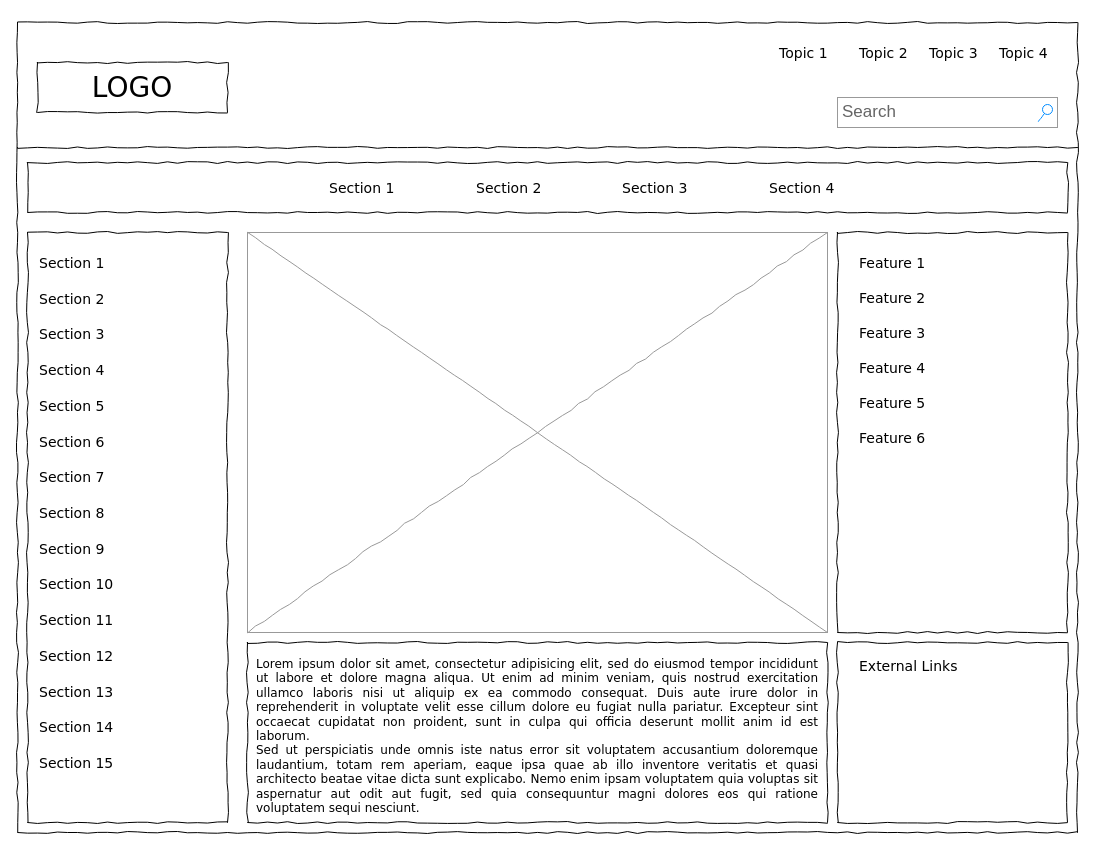
Earlier version of the draw.io diagram Order Form Page.drawio (ninh-the-composer/SWE102). Source tidied: cells renumbered, new cells numbered last; positions are measured from the earlier drawing's top-left corner, leaving out a move shared by most shapes. Both pictures are drawn from the tidied source at 100%, with x=0, y=0 at pixel (17, 22).
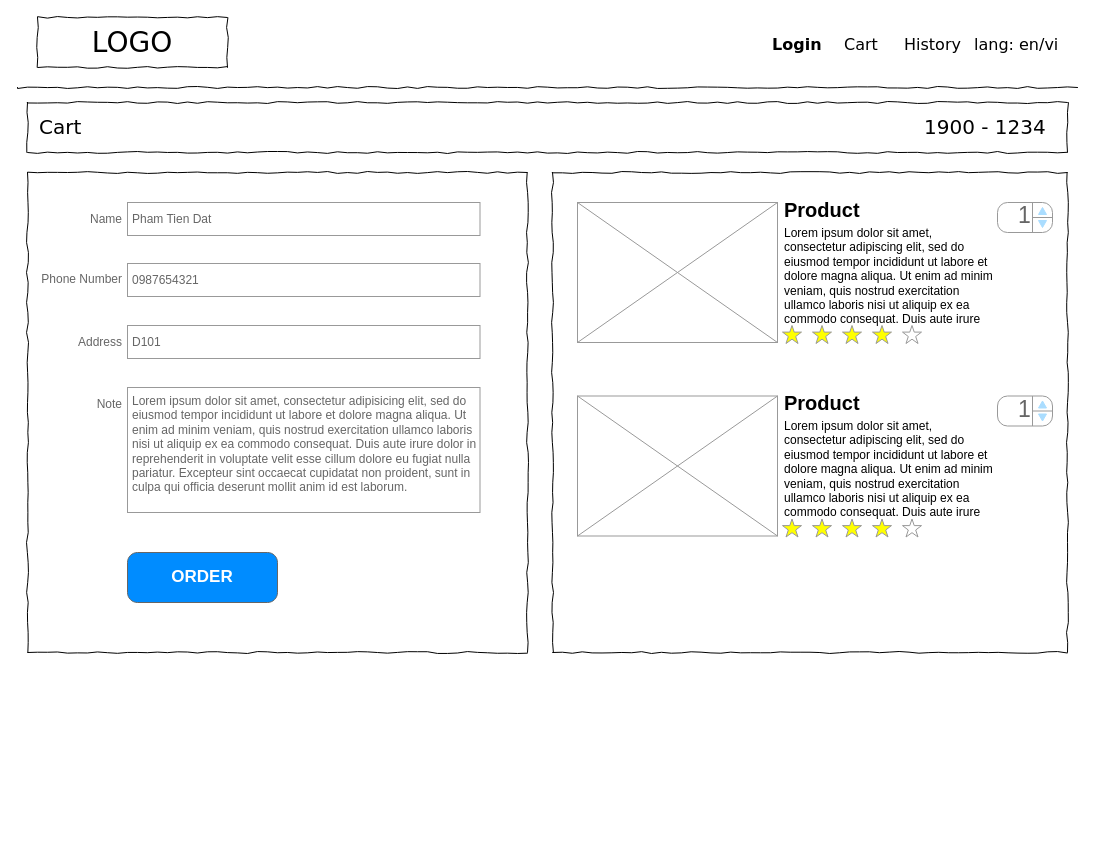
After the change.

Change to the diagram source:
```diff
@@
-    <mxCell id="2" style="whiteSpace=wrap;html=1;rounded=0;shadow=0;labelBackgroundColor=none;strokeColor=#000000;strokeWidth=1;fillColor=none;fontFamily=Verdana;fontSize=12;fontColor=#000000;align=center;comic=1;" parent="1" vertex="1">
-      <mxGeometry width="1060" height="810" as="geometry" />
-    </mxCell>
+    <mxCell id="42" style="whiteSpace=wrap;html=1;rounded=0;shadow=0;labelBackgroundColor=none;strokeWidth=1;fontFamily=Verdana;fontSize=12;align=center;comic=1;perimeterSpacing=1;" parent="1" vertex="1">
+      <mxGeometry x="535" y="150" width="515" height="480" as="geometry" />
+    </mxCell>
     <mxCell id="3" value="LOGO" style="whiteSpace=wrap;html=1;rounded=0;shadow=0;labelBackgroundColor=none;strokeWidth=1;fontFamily=Verdana;fontSize=28;align=center;comic=1;" parent="1" vertex="1">
-      <mxGeometry x="20" y="40" width="190" height="50" as="geometry" />
+      <mxGeometry x="20" y="-5" width="190" height="50" as="geometry" />
     </mxCell>
-    <mxCell id="4" value="Search" style="strokeWidth=1;shadow=0;dashed=0;align=center;html=1;shape=mxgraph.mockup.forms.searchBox;strokeColor=#999999;mainText=;strokeColor2=#008cff;fontColor=#666666;fontSize=17;align=left;spacingLeft=3;rounded=0;labelBackgroundColor=none;comic=1;" parent="1" vertex="1">
-      <mxGeometry x="820" y="75" width="220" height="30" as="geometry" />
-    </mxCell>
-    <mxCell id="5" value="Topic 1" style="text;html=1;align=left;verticalAlign=top;spacingTop=-4;fontSize=14;fontFamily=Verdana;" parent="1" vertex="1">
-      <mxGeometry x="760" y="20" width="60" height="20" as="geometry" />
-    </mxCell>
-    <mxCell id="6" value="Topic 2" style="text;html=1;align=left;verticalAlign=top;spacingTop=-4;fontSize=14;fontFamily=Verdana;" parent="1" vertex="1">
-      <mxGeometry x="840" y="20" width="60" height="20" as="geometry" />
-    </mxCell>
-    <mxCell id="7" value="Topic 3" style="text;html=1;align=left;verticalAlign=top;spacingTop=-4;fontSize=14;fontFamily=Verdana;" parent="1" vertex="1">
-      <mxGeometry x="910" y="20" width="60" height="20" as="geometry" />
+    <mxCell id="7" value="History" style="text;html=1;align=left;verticalAlign=top;spacingTop=-4;fontSize=16;fontFamily=Verdana;" parent="1" vertex="1">
+      <mxGeometry x="885" y="10" width="60" height="20" as="geometry" />
     </mxCell>
-    <mxCell id="8" value="Topic 4" style="text;html=1;align=left;verticalAlign=top;spacingTop=-4;fontSize=14;fontFamily=Verdana;" parent="1" vertex="1">
-      <mxGeometry x="980" y="20" width="60" height="20" as="geometry" />
-    </mxCell>
-    <mxCell id="9" style="whiteSpace=wrap;html=1;rounded=0;shadow=0;labelBackgroundColor=none;strokeWidth=1;fillColor=none;fontFamily=Verdana;fontSize=12;align=center;comic=1;" parent="1" vertex="1">
-      <mxGeometry x="10" y="210" width="200" height="590" as="geometry" />
-    </mxCell>
     <mxCell id="10" style="line;strokeWidth=1;html=1;rounded=0;shadow=0;labelBackgroundColor=none;fillColor=none;fontFamily=Verdana;fontSize=14;fontColor=#000000;align=center;comic=1;" parent="1" vertex="1">
-      <mxGeometry y="120" width="1060" height="10" as="geometry" />
+      <mxGeometry y="60" width="1060" height="10" as="geometry" />
     </mxCell>
     <mxCell id="11" style="whiteSpace=wrap;html=1;rounded=0;shadow=0;labelBackgroundColor=none;strokeWidth=1;fillColor=none;fontFamily=Verdana;fontSize=12;align=center;comic=1;" parent="1" vertex="1">
-      <mxGeometry x="10" y="140" width="1040" height="50" as="geometry" />
+      <mxGeometry x="10" y="80" width="1040" height="50" as="geometry" />
     </mxCell>
-    <mxCell id="12" value="Section 1" style="text;html=1;align=left;verticalAlign=top;spacingTop=-4;fontSize=14;fontFamily=Verdana;" parent="1" vertex="1">
-      <mxGeometry x="310" y="155" width="60" height="20" as="geometry" />
+    <mxCell id="12" value="&lt;span style=&quot;font-size: 20px&quot;&gt;Cart&lt;/span&gt;" style="text;html=1;align=left;verticalAlign=top;spacingTop=-4;fontSize=14;fontFamily=Verdana;" parent="1" vertex="1">
+      <mxGeometry x="20" y="90" width="60" height="20" as="geometry" />
     </mxCell>
-    <mxCell id="13" value="Section 2" style="text;html=1;align=left;verticalAlign=top;spacingTop=-4;fontSize=14;fontFamily=Verdana;" parent="1" vertex="1">
-      <mxGeometry x="457" y="155" width="60" height="20" as="geometry" />
-    </mxCell>
-    <mxCell id="14" value="Section 3" style="text;html=1;align=left;verticalAlign=top;spacingTop=-4;fontSize=14;fontFamily=Verdana;" parent="1" vertex="1">
-      <mxGeometry x="603" y="155" width="60" height="20" as="geometry" />
-    </mxCell>
-    <mxCell id="15" value="Section 4" style="text;html=1;align=left;verticalAlign=top;spacingTop=-4;fontSize=14;fontFamily=Verdana;" parent="1" vertex="1">
-      <mxGeometry x="750" y="155" width="60" height="20" as="geometry" />
-    </mxCell>
-    <mxCell id="16" value="&lt;div style=&quot;text-align: justify&quot;&gt;&lt;span&gt;Lorem ipsum dolor sit amet, consectetur adipisicing elit, sed do eiusmod tempor incididunt ut labore et dolore magna aliqua. Ut enim ad minim veniam, quis nostrud exercitation ullamco laboris nisi ut aliquip ex ea commodo consequat. Duis aute irure dolor in reprehenderit in voluptate velit esse cillum dolore eu fugiat nulla pariatur. Excepteur sint occaecat cupidatat non proident, sunt in culpa qui officia deserunt mollit anim id est laborum.&lt;/span&gt;&lt;/div&gt;&lt;div style=&quot;text-align: justify&quot;&gt;&lt;span&gt;Sed ut perspiciatis unde omnis iste natus error sit voluptatem accusantium doloremque laudantium, totam rem aperiam, eaque ipsa quae ab illo inventore veritatis et quasi architecto beatae vitae dicta sunt explicabo. Nemo enim ipsam voluptatem quia voluptas sit aspernatur aut odit aut fugit, sed quia consequuntur magni dolores eos qui ratione voluptatem sequi nesciunt.&amp;nbsp;&lt;/span&gt;&lt;/div&gt;" style="whiteSpace=wrap;html=1;rounded=0;shadow=0;labelBackgroundColor=none;strokeWidth=1;fillColor=none;fontFamily=Verdana;fontSize=12;align=center;verticalAlign=top;spacing=10;comic=1;" parent="1" vertex="1">
-      <mxGeometry x="230" y="620" width="580" height="180" as="geometry" />
-    </mxCell>
-    <mxCell id="17" style="verticalLabelPosition=bottom;shadow=0;dashed=0;align=center;html=1;verticalAlign=top;strokeWidth=1;shape=mxgraph.mockup.graphics.simpleIcon;strokeColor=#999999;rounded=0;labelBackgroundColor=none;fontFamily=Verdana;fontSize=14;fontColor=#000000;comic=1;" parent="1" vertex="1">
-      <mxGeometry x="230" y="210" width="580" height="400" as="geometry" />
-    </mxCell>
-    <mxCell id="18" style="whiteSpace=wrap;html=1;rounded=0;shadow=0;labelBackgroundColor=none;strokeWidth=1;fillColor=none;fontFamily=Verdana;fontSize=12;align=center;comic=1;" parent="1" vertex="1">
-      <mxGeometry x="820" y="210" width="230" height="400" as="geometry" />
-    </mxCell>
-    <mxCell id="19" style="whiteSpace=wrap;html=1;rounded=0;shadow=0;labelBackgroundColor=none;strokeWidth=1;fillColor=none;fontFamily=Verdana;fontSize=12;align=center;comic=1;" parent="1" vertex="1">
-      <mxGeometry x="820" y="620" width="230" height="180" as="geometry" />
-    </mxCell>
-    <mxCell id="20" value="Section 1" style="text;html=1;align=left;verticalAlign=top;spacingTop=-4;fontSize=14;fontFamily=Verdana;" parent="1" vertex="1">
-      <mxGeometry x="20" y="230" width="170" height="20" as="geometry" />
-    </mxCell>
-    <mxCell id="21" value="Section 2" style="text;html=1;align=left;verticalAlign=top;spacingTop=-4;fontSize=14;fontFamily=Verdana;" parent="1" vertex="1">
-      <mxGeometry x="20" y="266" width="170" height="20" as="geometry" />
-    </mxCell>
-    <mxCell id="22" value="Section 3" style="text;html=1;align=left;verticalAlign=top;spacingTop=-4;fontSize=14;fontFamily=Verdana;" parent="1" vertex="1">
-      <mxGeometry x="20" y="301" width="170" height="20" as="geometry" />
-    </mxCell>
-    <mxCell id="23" value="Section 4" style="text;html=1;align=left;verticalAlign=top;spacingTop=-4;fontSize=14;fontFamily=Verdana;" parent="1" vertex="1">
-      <mxGeometry x="20" y="337" width="170" height="20" as="geometry" />
-    </mxCell>
-    <mxCell id="24" value="Section 7" style="text;html=1;align=left;verticalAlign=top;spacingTop=-4;fontSize=14;fontFamily=Verdana;" parent="1" vertex="1">
-      <mxGeometry x="20" y="444" width="170" height="20" as="geometry" />
-    </mxCell>
-    <mxCell id="25" value="Section 8" style="text;html=1;align=left;verticalAlign=top;spacingTop=-4;fontSize=14;fontFamily=Verdana;" parent="1" vertex="1">
-      <mxGeometry x="20" y="480" width="170" height="20" as="geometry" />
-    </mxCell>
-    <mxCell id="26" value="Section 9" style="text;html=1;align=left;verticalAlign=top;spacingTop=-4;fontSize=14;fontFamily=Verdana;" parent="1" vertex="1">
-      <mxGeometry x="20" y="516" width="170" height="20" as="geometry" />
-    </mxCell>
-    <mxCell id="27" value="Section 10" style="text;html=1;align=left;verticalAlign=top;spacingTop=-4;fontSize=14;fontFamily=Verdana;" parent="1" vertex="1">
-      <mxGeometry x="20" y="551" width="170" height="20" as="geometry" />
-    </mxCell>
-    <mxCell id="28" value="Section 11" style="text;html=1;align=left;verticalAlign=top;spacingTop=-4;fontSize=14;fontFamily=Verdana;" parent="1" vertex="1">
-      <mxGeometry x="20" y="587" width="170" height="20" as="geometry" />
-    </mxCell>
-    <mxCell id="29" value="Section 12" style="text;html=1;align=left;verticalAlign=top;spacingTop=-4;fontSize=14;fontFamily=Verdana;" parent="1" vertex="1">
-      <mxGeometry x="20" y="623" width="170" height="20" as="geometry" />
-    </mxCell>
-    <mxCell id="30" value="Section 13" style="text;html=1;align=left;verticalAlign=top;spacingTop=-4;fontSize=14;fontFamily=Verdana;" parent="1" vertex="1">
-      <mxGeometry x="20" y="659" width="170" height="20" as="geometry" />
-    </mxCell>
-    <mxCell id="31" value="Section 14" style="text;html=1;align=left;verticalAlign=top;spacingTop=-4;fontSize=14;fontFamily=Verdana;" parent="1" vertex="1">
-      <mxGeometry x="20" y="694" width="170" height="20" as="geometry" />
-    </mxCell>
-    <mxCell id="32" value="Section 5" style="text;html=1;align=left;verticalAlign=top;spacingTop=-4;fontSize=14;fontFamily=Verdana;" parent="1" vertex="1">
-      <mxGeometry x="20" y="373" width="170" height="20" as="geometry" />
-    </mxCell>
-    <mxCell id="33" value="Section 6" style="text;html=1;align=left;verticalAlign=top;spacingTop=-4;fontSize=14;fontFamily=Verdana;" parent="1" vertex="1">
-      <mxGeometry x="20" y="409" width="170" height="20" as="geometry" />
-    </mxCell>
-    <mxCell id="34" value="Section 15" style="text;html=1;align=left;verticalAlign=top;spacingTop=-4;fontSize=14;fontFamily=Verdana;" parent="1" vertex="1">
-      <mxGeometry x="20" y="730" width="170" height="20" as="geometry" />
-    </mxCell>
-    <mxCell id="35" value="External Links" style="text;html=1;align=left;verticalAlign=top;spacingTop=-4;fontSize=14;fontFamily=Verdana;" parent="1" vertex="1">
-      <mxGeometry x="840" y="633" width="170" height="20" as="geometry" />
-    </mxCell>
-    <mxCell id="36" value="Feature 1" style="text;html=1;align=left;verticalAlign=top;spacingTop=-4;fontSize=14;fontFamily=Verdana;" parent="1" vertex="1">
-      <mxGeometry x="840" y="230" width="170" height="20" as="geometry" />
-    </mxCell>
-    <mxCell id="37" value="Feature 2" style="text;html=1;align=left;verticalAlign=top;spacingTop=-4;fontSize=14;fontFamily=Verdana;" parent="1" vertex="1">
-      <mxGeometry x="840" y="265" width="170" height="20" as="geometry" />
-    </mxCell>
-    <mxCell id="38" value="Feature 3" style="text;html=1;align=left;verticalAlign=top;spacingTop=-4;fontSize=14;fontFamily=Verdana;" parent="1" vertex="1">
-      <mxGeometry x="840" y="300" width="170" height="20" as="geometry" />
-    </mxCell>
-    <mxCell id="39" value="Feature 4" style="text;html=1;align=left;verticalAlign=top;spacingTop=-4;fontSize=14;fontFamily=Verdana;" parent="1" vertex="1">
-      <mxGeometry x="840" y="335" width="170" height="20" as="geometry" />
-    </mxCell>
-    <mxCell id="40" value="Feature 5" style="text;html=1;align=left;verticalAlign=top;spacingTop=-4;fontSize=14;fontFamily=Verdana;" parent="1" vertex="1">
-      <mxGeometry x="840" y="370" width="170" height="20" as="geometry" />
-    </mxCell>
-    <mxCell id="41" value="Feature 6" style="text;html=1;align=left;verticalAlign=top;spacingTop=-4;fontSize=14;fontFamily=Verdana;" parent="1" vertex="1">
-      <mxGeometry x="840" y="405" width="170" height="20" as="geometry" />
-    </mxCell>
+    <mxCell id="43" value="Cart" style="text;html=1;align=left;verticalAlign=top;spacingTop=-4;fontSize=16;fontFamily=Verdana;" parent="1" vertex="1">
+      <mxGeometry x="825" y="10" width="60" height="20" as="geometry" />
+    </mxCell>
+    <mxCell id="44" value="lang: en/vi" style="text;html=1;align=left;verticalAlign=top;spacingTop=-4;fontSize=16;fontFamily=Verdana;" parent="1" vertex="1">
+      <mxGeometry x="955" y="10" width="80" height="20" as="geometry" />
+    </mxCell>
+    <mxCell id="45" style="edgeStyle=orthogonalEdgeStyle;rounded=0;orthogonalLoop=1;jettySize=auto;html=1;" parent="1" edge="1">
+      <mxGeometry relative="1" as="geometry">
+        <mxPoint x="300" y="105" as="targetPoint" />
+      </mxGeometry>
+    </mxCell>
+    <mxCell id="46" style="whiteSpace=wrap;html=1;rounded=0;shadow=0;labelBackgroundColor=none;strokeWidth=1;fontFamily=Verdana;fontSize=12;align=center;comic=1;perimeterSpacing=1;" parent="1" vertex="1">
+      <mxGeometry x="10" y="150" width="500" height="480" as="geometry" />
+    </mxCell>
+    <mxCell id="47" value="&lt;b&gt;Login&lt;/b&gt;" style="text;html=1;align=left;verticalAlign=top;spacingTop=-4;fontSize=16;fontFamily=Verdana;" parent="1" vertex="1">
+      <mxGeometry x="752.5" y="10" width="60" height="20" as="geometry" />
+    </mxCell>
+    <mxCell id="48" value="&lt;font style=&quot;font-size: 20px&quot;&gt;1900 - 1234&lt;/font&gt;" style="text;html=1;align=left;verticalAlign=top;spacingTop=-4;fontSize=16;fontFamily=Verdana;" parent="1" vertex="1">
+      <mxGeometry x="905" y="90" width="130" height="20" as="geometry" />
+    </mxCell>
+    <mxCell id="49" value="Name" style="strokeWidth=1;shadow=0;dashed=0;align=center;html=1;shape=mxgraph.mockup.forms.anchor;align=right;spacingRight=2;fontColor=#666666;" parent="1" vertex="1">
+      <mxGeometry x="57.5" y="180" width="50" height="33" as="geometry" />
+    </mxCell>
+    <mxCell id="50" value="Pham Tien Dat" style="strokeWidth=1;shadow=0;dashed=0;align=center;html=1;shape=mxgraph.mockup.forms.rrect;fillColor=#ffffff;rSize=0;fontColor=#666666;align=left;spacingLeft=3;strokeColor=#999999;" parent="1" vertex="1">
+      <mxGeometry x="110" y="180" width="352.5" height="33" as="geometry" />
+    </mxCell>
+    <mxCell id="51" value="Phone Number" style="strokeWidth=1;shadow=0;dashed=0;align=center;html=1;shape=mxgraph.mockup.forms.anchor;align=right;spacingRight=2;fontColor=#666666;" parent="1" vertex="1">
+      <mxGeometry x="57.5" y="240" width="50" height="33" as="geometry" />
+    </mxCell>
+    <mxCell id="52" value="0987654321" style="strokeWidth=1;shadow=0;dashed=0;align=center;html=1;shape=mxgraph.mockup.forms.rrect;fillColor=#ffffff;rSize=0;fontColor=#666666;align=left;spacingLeft=3;strokeColor=#999999;" parent="1" vertex="1">
+      <mxGeometry x="110" y="241" width="352.5" height="33" as="geometry" />
+    </mxCell>
+    <mxCell id="53" value="D101" style="strokeWidth=1;shadow=0;dashed=0;align=center;html=1;shape=mxgraph.mockup.forms.rrect;fillColor=#ffffff;rSize=0;fontColor=#666666;align=left;spacingLeft=3;strokeColor=#999999;" parent="1" vertex="1">
+      <mxGeometry x="110" y="303" width="352.5" height="33" as="geometry" />
+    </mxCell>
+    <mxCell id="54" value="&lt;span&gt;Lorem ipsum dolor sit amet, consectetur adipisicing elit, sed do eiusmod tempor incididunt ut labore et dolore magna aliqua. Ut enim ad minim veniam, quis nostrud exercitation ullamco laboris nisi ut aliquip ex ea commodo consequat. Duis aute irure dolor in reprehenderit in voluptate velit esse cillum dolore eu fugiat nulla pariatur. Excepteur sint occaecat cupidatat non proident, sunt in culpa qui officia deserunt mollit anim id est laborum.&lt;/span&gt;" style="strokeWidth=1;shadow=0;dashed=0;align=center;html=1;shape=mxgraph.mockup.forms.rrect;fillColor=#ffffff;rSize=0;fontColor=#666666;align=left;spacingLeft=3;strokeColor=#999999;verticalAlign=top;whiteSpace=wrap;" parent="1" vertex="1">
+      <mxGeometry x="110" y="365" width="352.5" height="125" as="geometry" />
+    </mxCell>
+    <mxCell id="55" value="Address" style="strokeWidth=1;shadow=0;dashed=0;align=center;html=1;shape=mxgraph.mockup.forms.anchor;align=right;spacingRight=2;fontColor=#666666;" parent="1" vertex="1">
+      <mxGeometry x="57.5" y="303" width="50" height="33" as="geometry" />
+    </mxCell>
+    <mxCell id="56" value="Note" style="strokeWidth=1;shadow=0;dashed=0;align=center;html=1;shape=mxgraph.mockup.forms.anchor;align=right;spacingRight=2;fontColor=#666666;" parent="1" vertex="1">
+      <mxGeometry x="57.5" y="365" width="50" height="33" as="geometry" />
+    </mxCell>
+    <mxCell id="57" value="ORDER" style="strokeWidth=1;shadow=0;dashed=0;align=center;html=1;shape=mxgraph.mockup.buttons.button;strokeColor=#666666;fontColor=#ffffff;mainText=;buttonStyle=round;fontSize=17;fontStyle=1;fillColor=#008cff;whiteSpace=wrap;" parent="1" vertex="1">
+      <mxGeometry x="110" y="530" width="150" height="50" as="geometry" />
+    </mxCell>
+    <mxCell id="58" style="verticalLabelPosition=bottom;shadow=0;dashed=0;align=center;html=1;verticalAlign=top;strokeWidth=1;shape=mxgraph.mockup.graphics.simpleIcon;strokeColor=#999999;fillColor=#ffffff;" parent="1" vertex="1">
+      <mxGeometry x="560" y="180" width="200" height="140" as="geometry" />
+    </mxCell>
+    <mxCell id="59" style="verticalLabelPosition=bottom;shadow=0;dashed=0;align=center;html=1;verticalAlign=top;strokeWidth=1;shape=mxgraph.mockup.misc.rating;strokeColor=#999999;fillColor=#ffff00;emptyFillColor=#ffffff;grade=4;ratingScale=5;ratingStyle=star;" parent="1" vertex="1">
+      <mxGeometry x="765" y="303" width="145" height="20" as="geometry" />
+    </mxCell>
+    <mxCell id="60" value="&lt;div&gt;&lt;span&gt;Product&amp;nbsp;&lt;/span&gt;&lt;/div&gt;" style="text;html=1;strokeColor=none;fillColor=none;align=left;verticalAlign=middle;whiteSpace=wrap;rounded=0;strokeWidth=1;fontSize=20;fontStyle=1;" parent="1" vertex="1">
+      <mxGeometry x="765" y="176.5" width="130" height="20" as="geometry" />
+    </mxCell>
+    <mxCell id="61" value="Lorem ipsum dolor sit amet, consectetur adipiscing elit, sed do eiusmod tempor incididunt ut labore et dolore magna aliqua. Ut enim ad minim veniam, quis nostrud exercitation ullamco laboris nisi ut aliquip ex ea commodo consequat. Duis aute irure&amp;nbsp;" style="text;html=1;strokeColor=none;fillColor=none;align=left;verticalAlign=top;whiteSpace=wrap;rounded=0;fontSize=12;" parent="1" vertex="1">
+      <mxGeometry x="765" y="196.5" width="215" height="100" as="geometry" />
+    </mxCell>
+    <mxCell id="62" value="&lt;font style=&quot;font-size: 23px&quot;&gt;1&lt;/font&gt;" style="strokeWidth=1;shadow=0;dashed=0;align=center;html=1;shape=mxgraph.mockup.forms.spinner;strokeColor=#999999;spinLayout=right;spinStyle=normal;adjStyle=triangle;fillColor=#aaddff;fontSize=17;fontColor=#666666;mainText=;html=1;overflow=fill;verticalAlign=middle;" parent="1" vertex="1">
+      <mxGeometry x="980" y="180" width="55" height="30" as="geometry" />
+    </mxCell>
+    <mxCell id="63" style="verticalLabelPosition=bottom;shadow=0;dashed=0;align=center;html=1;verticalAlign=top;strokeWidth=1;shape=mxgraph.mockup.graphics.simpleIcon;strokeColor=#999999;fillColor=#ffffff;" parent="1" vertex="1">
+      <mxGeometry x="560" y="373.5" width="200" height="140" as="geometry" />
+    </mxCell>
+    <mxCell id="64" style="verticalLabelPosition=bottom;shadow=0;dashed=0;align=center;html=1;verticalAlign=top;strokeWidth=1;shape=mxgraph.mockup.misc.rating;strokeColor=#999999;fillColor=#ffff00;emptyFillColor=#ffffff;grade=4;ratingScale=5;ratingStyle=star;" parent="1" vertex="1">
+      <mxGeometry x="765" y="496.5" width="145" height="20" as="geometry" />
+    </mxCell>
+    <mxCell id="65" value="&lt;div&gt;&lt;span&gt;Product&amp;nbsp;&lt;/span&gt;&lt;/div&gt;" style="text;html=1;strokeColor=none;fillColor=none;align=left;verticalAlign=middle;whiteSpace=wrap;rounded=0;strokeWidth=1;fontSize=20;fontStyle=1;" parent="1" vertex="1">
+      <mxGeometry x="765" y="370" width="130" height="20" as="geometry" />
+    </mxCell>
+    <mxCell id="66" value="Lorem ipsum dolor sit amet, consectetur adipiscing elit, sed do eiusmod tempor incididunt ut labore et dolore magna aliqua. Ut enim ad minim veniam, quis nostrud exercitation ullamco laboris nisi ut aliquip ex ea commodo consequat. Duis aute irure&amp;nbsp;" style="text;html=1;strokeColor=none;fillColor=none;align=left;verticalAlign=top;whiteSpace=wrap;rounded=0;fontSize=12;" parent="1" vertex="1">
+      <mxGeometry x="765" y="390" width="215" height="100" as="geometry" />
+    </mxCell>
+    <mxCell id="67" value="&lt;font style=&quot;font-size: 23px&quot;&gt;1&lt;/font&gt;" style="strokeWidth=1;shadow=0;dashed=0;align=center;html=1;shape=mxgraph.mockup.forms.spinner;strokeColor=#999999;spinLayout=right;spinStyle=normal;adjStyle=triangle;fillColor=#aaddff;fontSize=17;fontColor=#666666;mainText=;html=1;overflow=fill;verticalAlign=middle;" parent="1" vertex="1">
+      <mxGeometry x="980" y="373.5" width="55" height="30" as="geometry" />
+    </mxCell>
```
